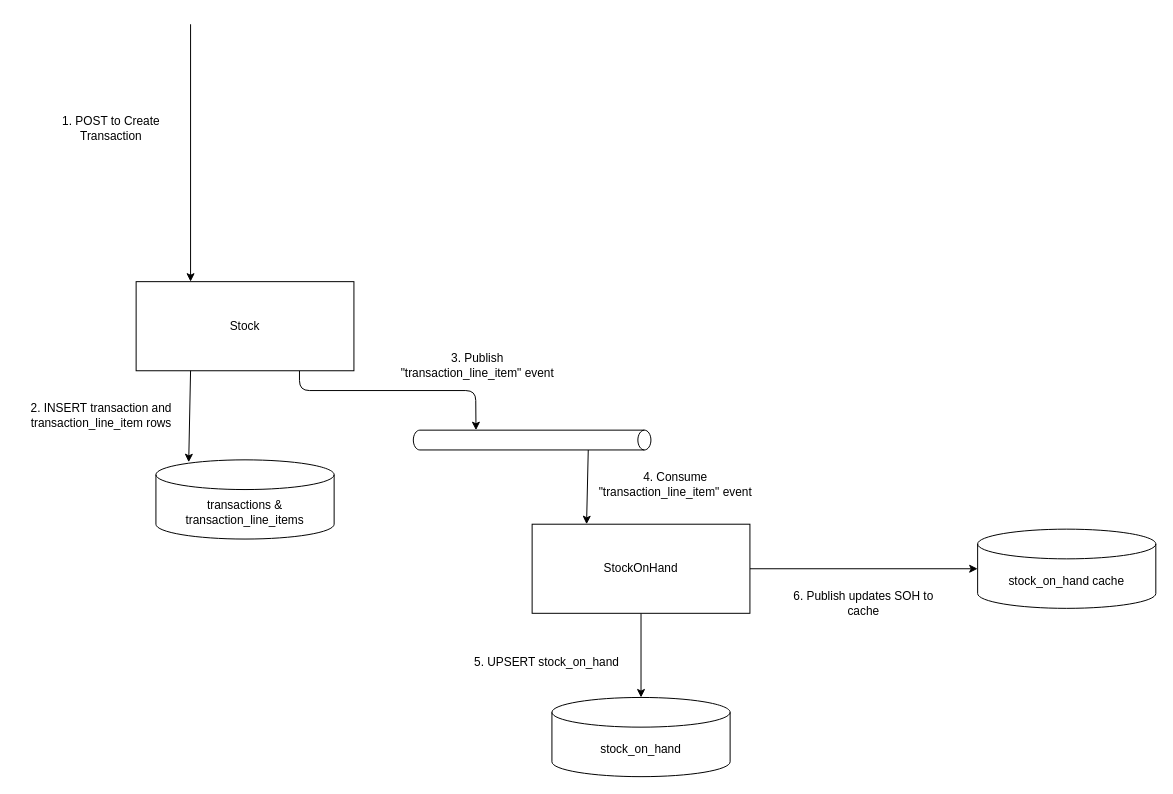
jdotw/warehouse keeps this draw.io diagram as docs/services/stock/stock-on-hand.svg.drawio. Above is the earlier version. Source tidied: cells renumbered, new cells numbered last; positions are measured from the earlier drawing's top-left corner, leaving out a move shared by most shapes. Both pictures are drawn from the tidied source at 99%, with x=0, y=0 at pixel (17, 24).
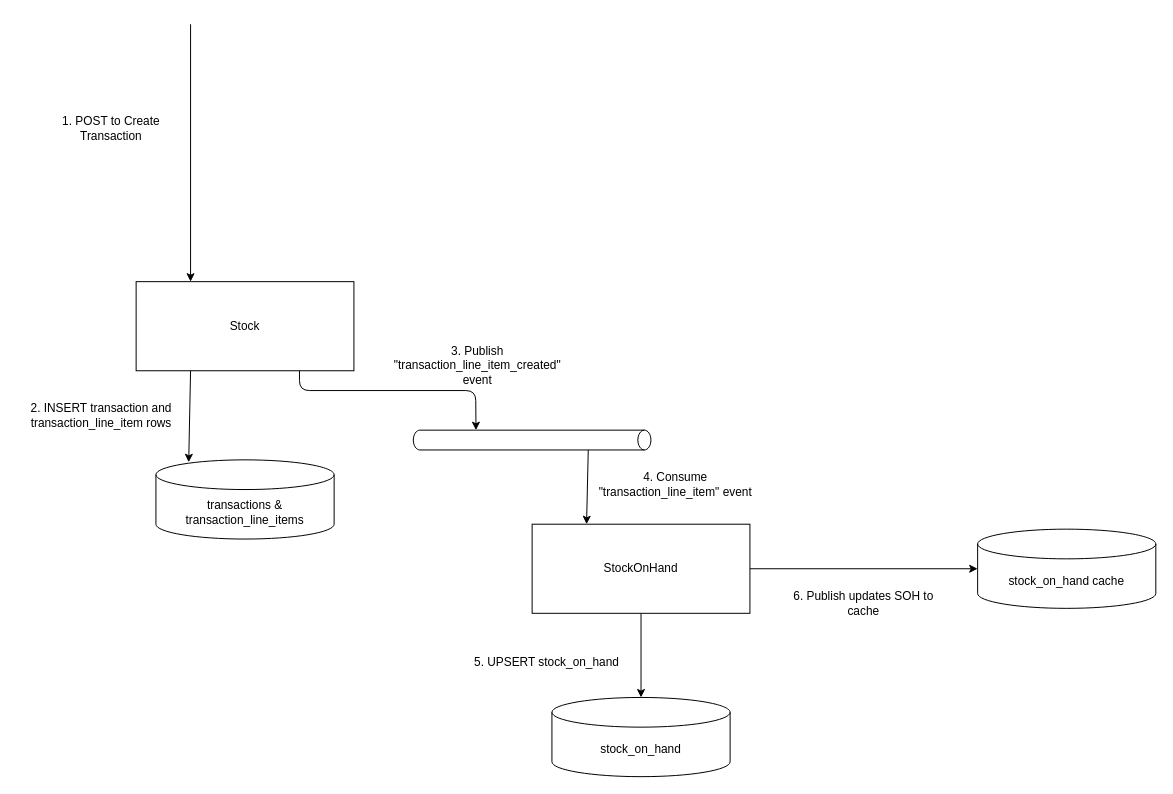
The same diagram, later.

Commit message (it also covers changes not shown here):
Publish a kafka event when a new transaction is created

Change to the diagram source:
```diff
@@
-    <mxCell id="15" value="3. Publish &quot;transaction_line_item&quot; event" style="text;html=1;strokeColor=none;fillColor=none;align=center;verticalAlign=middle;whiteSpace=wrap;rounded=0;" parent="1" vertex="1">
+    <mxCell id="15" value="3. Publish &quot;transaction_line_item_created&quot; event" style="text;html=1;strokeColor=none;fillColor=none;align=center;verticalAlign=middle;whiteSpace=wrap;rounded=0;" parent="1" vertex="1">
       <mxGeometry x="380" y="320" width="170" height="50" as="geometry" />
     </mxCell>
```
